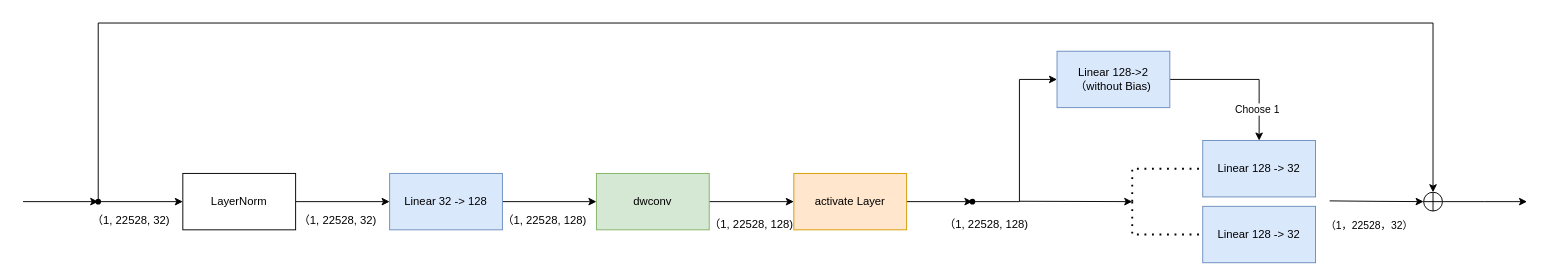
This is page "MoE" (1 of 2) of Segformer.drawio from Devil-SX/draw-io, a draw.io file, before an edit. Source tidied: cells renumbered, new cells numbered last; positions are measured from the earlier drawing's top-left corner, leaving out a move shared by most shapes. Both pictures are drawn from the tidied source at 94%, with x=0, y=0 at pixel (23, 23).
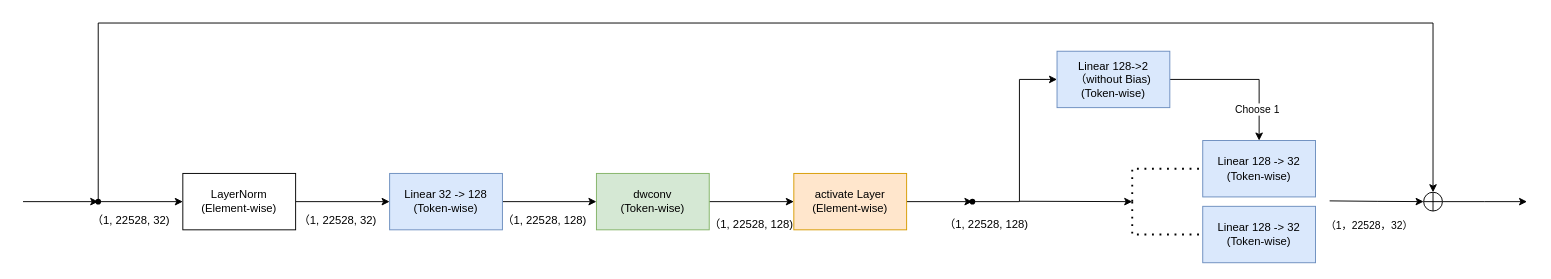
Above is the later version.

Change to the diagram source:
```diff
@@
-    <mxCell id="4" value="Linear 128-&amp;gt;2&lt;br&gt;（without Bias)" style="rounded=0;whiteSpace=wrap;html=1;fillColor=#dae8fc;strokeColor=#6c8ebf;" parent="1" vertex="1">
+    <mxCell id="4" value="Linear 128-&amp;gt;2&lt;br&gt;（without Bias)&lt;br&gt;(Token-wise)" style="rounded=0;whiteSpace=wrap;html=1;fillColor=#dae8fc;strokeColor=#6c8ebf;" parent="1" vertex="1">
       <mxGeometry x="1100" y="30" width="120" height="60" as="geometry" />
     </mxCell>
-    <mxCell id="5" value="Linear 128 -&amp;gt; 32" style="rounded=0;whiteSpace=wrap;html=1;fillColor=#dae8fc;strokeColor=#6c8ebf;" parent="1" vertex="1">
+    <mxCell id="5" value="Linear 128 -&amp;gt; 32&lt;br&gt;(Token-wise)" style="rounded=0;whiteSpace=wrap;html=1;fillColor=#dae8fc;strokeColor=#6c8ebf;" parent="1" vertex="1">
       <mxGeometry x="1255" y="125" width="120" height="60" as="geometry" />
     </mxCell>
-    <mxCell id="6" value="Linear 128 -&amp;gt; 32" style="rounded=0;whiteSpace=wrap;html=1;fillColor=#dae8fc;strokeColor=#6c8ebf;" parent="1" vertex="1">
+    <mxCell id="6" value="Linear 128 -&amp;gt; 32&lt;br&gt;(Token-wise)" style="rounded=0;whiteSpace=wrap;html=1;fillColor=#dae8fc;strokeColor=#6c8ebf;" parent="1" vertex="1">
       <mxGeometry x="1255" y="195" width="120" height="60" as="geometry" />
     </mxCell>
@@
-    <mxCell id="12" value="Linear 32 -&amp;gt; 128" style="rounded=0;whiteSpace=wrap;html=1;fillColor=#dae8fc;strokeColor=#6c8ebf;" parent="1" vertex="1">
+    <mxCell id="12" value="Linear 32 -&amp;gt; 128&lt;br&gt;(Token-wise)" style="rounded=0;whiteSpace=wrap;html=1;fillColor=#dae8fc;strokeColor=#6c8ebf;" parent="1" vertex="1">
       <mxGeometry x="390" y="160" width="120" height="60" as="geometry" />
     </mxCell>
@@
-    <mxCell id="14" value="activate Layer" style="rounded=0;whiteSpace=wrap;html=1;fillColor=#ffe6cc;strokeColor=#d79b00;" parent="1" vertex="1">
+    <mxCell id="14" value="activate Layer&lt;br&gt;(Element-wise)" style="rounded=0;whiteSpace=wrap;html=1;fillColor=#ffe6cc;strokeColor=#d79b00;" parent="1" vertex="1">
       <mxGeometry x="820" y="160" width="120" height="60" as="geometry" />
     </mxCell>
@@
-    <mxCell id="16" value="dwconv" style="rounded=0;whiteSpace=wrap;html=1;fillColor=#d5e8d4;strokeColor=#82b366;" parent="1" vertex="1">
+    <mxCell id="16" value="dwconv&lt;br&gt;(Token-wise)" style="rounded=0;whiteSpace=wrap;html=1;fillColor=#d5e8d4;strokeColor=#82b366;" parent="1" vertex="1">
       <mxGeometry x="610" y="160" width="120" height="60" as="geometry" />
     </mxCell>
@@
-    <mxCell id="25" value="LayerNorm" style="rounded=0;whiteSpace=wrap;html=1;" parent="1" vertex="1">
+    <mxCell id="25" value="LayerNorm&lt;br&gt;(Element-wise)" style="rounded=0;whiteSpace=wrap;html=1;" parent="1" vertex="1">
       <mxGeometry x="170" y="160" width="120" height="60" as="geometry" />
     </mxCell>
```
